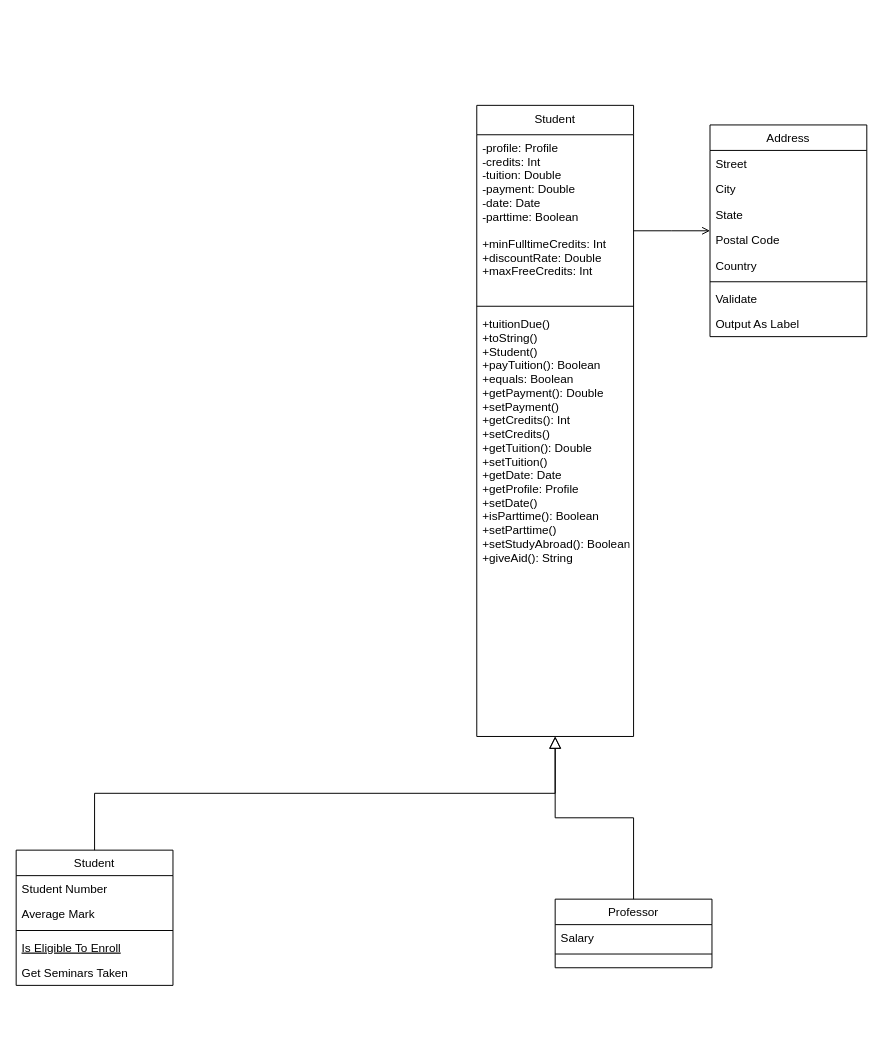
Earlier version of the draw.io diagram Untitled Diagram.drawio (rudaniel/changProjects). Source tidied: cells renumbered, new cells numbered last; positions are measured from the earlier drawing's top-left corner, leaving out a move shared by most shapes. Both pictures are drawn from the tidied source at 98%, with x=0, y=0 at pixel (16, 105).
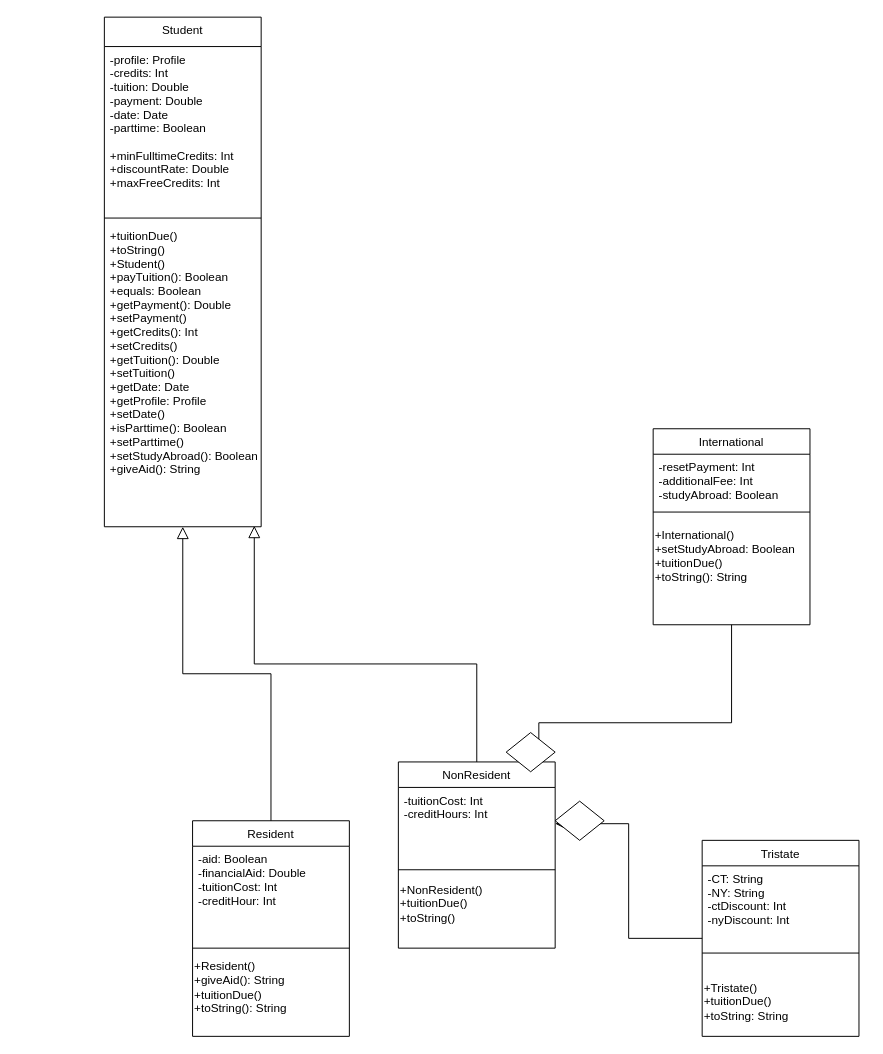
The same diagram, later.

Unchanged cells that the change refers to:
```xml
<mxCell id="5" value="+tuitionDue()&#10;+toString()&#10;+Student()&#10;+payTuition(): Boolean&#10;+equals: Boolean&#10;+getPayment(): Double&#10;+setPayment()&#10;+getCredits(): Int&#10;+setCredits()&#10;+getTuition(): Double&#10;+setTuition()&#10;+getDate: Date&#10;+getProfile: Profile&#10;+setDate()&#10;+isParttime(): Boolean&#10;+setParttime()&#10;+setStudyAbroad(): Boolean&#10;+giveAid(): String&#10;" style="text;align=left;verticalAlign=top;spacingLeft=4;spacingRight=4;overflow=hidden;points=[[0,0.5],[1,0.5]];portConstraint=eastwest;" parent="2" vertex="1">
  <mxGeometry y="210" width="160" height="310" as="geometry" />
</mxCell>
```

What changed in the source:
```diff
@@
     <mxCell id="2" value="Student" style="swimlane;fontStyle=0;align=center;verticalAlign=top;horizontal=1;startSize=30;rounded=0;shadow=0;strokeWidth=1;" parent="1" vertex="1">
-      <mxGeometry x="470" width="160" height="644" as="geometry" />
+      <mxGeometry x="90" y="-90" width="160" height="520" as="geometry" />
     </mxCell>
@@
-    <mxCell id="6" value="Student" style="swimlane;fontStyle=0;align=center;verticalAlign=top;horizontal=1;startSize=26;rounded=0;shadow=0;strokeWidth=1;" parent="1" vertex="1">
-      <mxGeometry y="760" width="160" height="138" as="geometry" />
+    <mxCell id="6" value="International" style="swimlane;fontStyle=0;align=center;verticalAlign=top;horizontal=1;startSize=26;rounded=0;shadow=0;strokeWidth=1;" parent="1" vertex="1">
+      <mxGeometry x="650" y="330" width="160" height="200" as="geometry" />
     </mxCell>
-    <mxCell id="7" value="Student Number" style="text;align=left;verticalAlign=top;spacingLeft=4;spacingRight=4;overflow=hidden;" parent="6" vertex="1">
-      <mxGeometry y="26" width="160" height="26" as="geometry" />
+    <mxCell id="7" value="-resetPayment: Int&#10;-additionalFee: Int&#10;-studyAbroad: Boolean" style="text;align=left;verticalAlign=top;spacingLeft=4;spacingRight=4;overflow=hidden;" parent="6" vertex="1">
+      <mxGeometry y="26" width="160" height="44" as="geometry" />
     </mxCell>
-    <mxCell id="8" value="Average Mark" style="text;align=left;verticalAlign=top;spacingLeft=4;spacingRight=4;overflow=hidden;rounded=0;shadow=0;html=0;" parent="6" vertex="1">
-      <mxGeometry y="52" width="160" height="26" as="geometry" />
-    </mxCell>
     <mxCell id="9" style="line;html=1;strokeWidth=1;align=left;verticalAlign=middle;spacingTop=-1;spacingLeft=3;spacingRight=3;labelPosition=right;" parent="6" vertex="1">
-      <mxGeometry y="78" width="160" height="8" as="geometry" />
+      <mxGeometry y="70" width="160" height="30" as="geometry" />
     </mxCell>
-    <mxCell id="10" value="Is Eligible To Enroll" style="text;align=left;verticalAlign=top;spacingLeft=4;spacingRight=4;overflow=hidden;fontStyle=4;" parent="6" vertex="1">
-      <mxGeometry y="86" width="160" height="26" as="geometry" />
-    </mxCell>
-    <mxCell id="11" value="Get Seminars Taken" style="text;align=left;verticalAlign=top;spacingLeft=4;spacingRight=4;overflow=hidden;" parent="6" vertex="1">
-      <mxGeometry y="112" width="160" height="26" as="geometry" />
-    </mxCell>
-    <mxCell id="12" style="endArrow=block;endSize=10;endFill=0;shadow=0;strokeWidth=1;rounded=0;edgeStyle=elbowEdgeStyle;elbow=vertical;" parent="1" edge="1" source="6" target="2">
-      <mxGeometry relative="1" as="geometry" />
-    </mxCell>
+    <mxCell id="27" value="+International()&lt;br&gt;+setStudyAbroad: Boolean&lt;br&gt;+tuitionDue()&lt;br&gt;+toString(): String" style="text;html=1;align=left;verticalAlign=middle;strokeColor=none;fillColor=none;" parent="6" vertex="1">
+      <mxGeometry y="100" width="160" height="60" as="geometry" />
+    </mxCell>
-    <mxCell id="13" value="Professor" style="swimlane;fontStyle=0;align=center;verticalAlign=top;horizontal=1;startSize=26;rounded=0;shadow=0;strokeWidth=1;" parent="1" vertex="1">
-      <mxGeometry x="550" y="810" width="160" height="70" as="geometry" />
+    <mxCell id="13" value="Resident" style="swimlane;fontStyle=0;align=center;verticalAlign=top;horizontal=1;startSize=26;rounded=0;shadow=0;strokeWidth=1;" parent="1" vertex="1">
+      <mxGeometry x="180" y="730" width="160" height="220" as="geometry" />
     </mxCell>
-    <mxCell id="14" value="Salary" style="text;align=left;verticalAlign=top;spacingLeft=4;spacingRight=4;overflow=hidden;" parent="13" vertex="1">
-      <mxGeometry y="26" width="160" height="26" as="geometry" />
+    <mxCell id="14" value="-aid: Boolean&#10;-financialAid: Double&#10;-tuitionCost: Int&#10;-creditHour: Int" style="text;align=left;verticalAlign=top;spacingLeft=4;spacingRight=4;overflow=hidden;" parent="13" vertex="1">
+      <mxGeometry y="26" width="160" height="94" as="geometry" />
     </mxCell>
     <mxCell id="15" style="line;html=1;strokeWidth=1;align=left;verticalAlign=middle;spacingTop=-1;spacingLeft=3;spacingRight=3;labelPosition=right;" parent="13" vertex="1">
-      <mxGeometry y="52" width="160" height="8" as="geometry" />
+      <mxGeometry y="120" width="160" height="20" as="geometry" />
     </mxCell>
+    <mxCell id="28" value="+Resident()&lt;br&gt;+giveAid(): String&lt;br&gt;+tuitionDue()&lt;br&gt;+toString(): String" style="text;html=1;align=left;verticalAlign=middle;strokeColor=none;fillColor=none;" parent="13" vertex="1">
+      <mxGeometry y="140" width="160" height="60" as="geometry" />
+    </mxCell>
@@
-    <mxCell id="17" value="Address" style="swimlane;fontStyle=0;align=center;verticalAlign=top;horizontal=1;startSize=26;rounded=0;shadow=0;strokeWidth=1;" parent="1" vertex="1">
-      <mxGeometry x="708" y="20" width="160" height="216" as="geometry" />
+    <mxCell id="17" value="NonResident" style="swimlane;fontStyle=0;align=center;verticalAlign=top;horizontal=1;startSize=26;rounded=0;shadow=0;strokeWidth=1;" parent="1" vertex="1">
+      <mxGeometry x="390" y="670" width="160" height="190" as="geometry" />
     </mxCell>
-    <mxCell id="18" value="Street" style="text;align=left;verticalAlign=top;spacingLeft=4;spacingRight=4;overflow=hidden;points=[[0,0.5],[1,0.5]];portConstraint=eastwest;" parent="17" vertex="1">
-      <mxGeometry y="26" width="160" height="26" as="geometry" />
+    <mxCell id="18" value="-tuitionCost: Int&#10;-creditHours: Int" style="text;align=left;verticalAlign=top;spacingLeft=4;spacingRight=4;overflow=hidden;points=[[0,0.5],[1,0.5]];portConstraint=eastwest;" parent="17" vertex="1">
+      <mxGeometry y="26" width="160" height="74" as="geometry" />
     </mxCell>
-    <mxCell id="19" value="City" style="text;align=left;verticalAlign=top;spacingLeft=4;spacingRight=4;overflow=hidden;rounded=0;shadow=0;html=0;" parent="17" vertex="1">
-      <mxGeometry y="52" width="160" height="26" as="geometry" />
-    </mxCell>
-    <mxCell id="20" value="State" style="text;align=left;verticalAlign=top;spacingLeft=4;spacingRight=4;overflow=hidden;rounded=0;shadow=0;html=0;" parent="17" vertex="1">
-      <mxGeometry y="78" width="160" height="26" as="geometry" />
-    </mxCell>
-    <mxCell id="21" value="Postal Code" style="text;align=left;verticalAlign=top;spacingLeft=4;spacingRight=4;overflow=hidden;rounded=0;shadow=0;html=0;" parent="17" vertex="1">
-      <mxGeometry y="104" width="160" height="26" as="geometry" />
-    </mxCell>
-    <mxCell id="22" value="Country" style="text;align=left;verticalAlign=top;spacingLeft=4;spacingRight=4;overflow=hidden;rounded=0;shadow=0;html=0;" parent="17" vertex="1">
-      <mxGeometry y="130" width="160" height="26" as="geometry" />
-    </mxCell>
     <mxCell id="23" style="line;html=1;strokeWidth=1;align=left;verticalAlign=middle;spacingTop=-1;spacingLeft=3;spacingRight=3;labelPosition=right;" parent="17" vertex="1">
-      <mxGeometry y="156" width="160" height="8" as="geometry" />
+      <mxGeometry y="100" width="160" height="20" as="geometry" />
     </mxCell>
-    <mxCell id="24" value="Validate" style="text;align=left;verticalAlign=top;spacingLeft=4;spacingRight=4;overflow=hidden;" parent="17" vertex="1">
-      <mxGeometry y="164" width="160" height="26" as="geometry" />
-    </mxCell>
-    <mxCell id="25" value="Output As Label" style="text;align=left;verticalAlign=top;spacingLeft=4;spacingRight=4;overflow=hidden;" parent="17" vertex="1">
-      <mxGeometry y="190" width="160" height="26" as="geometry" />
-    </mxCell>
-    <mxCell id="26" style="endArrow=open;shadow=0;strokeWidth=1;rounded=0;endFill=1;edgeStyle=elbowEdgeStyle;elbow=vertical;" parent="1" edge="1" source="2" target="17">
-      <mxGeometry x="0.5" y="41" relative="1" as="geometry">
-        <mxPoint x="-40" y="32" as="offset" />
-      </mxGeometry>
-    </mxCell>
+    <mxCell id="29" value="+NonResident()&lt;br&gt;+tuitionDue()&lt;br&gt;+toString()" style="text;html=1;align=left;verticalAlign=middle;strokeColor=none;fillColor=none;" parent="17" vertex="1">
+      <mxGeometry y="120" width="160" height="50" as="geometry" />
+    </mxCell>
+    <mxCell id="30" style="endArrow=block;endSize=10;endFill=0;shadow=0;strokeWidth=1;rounded=0;edgeStyle=elbowEdgeStyle;elbow=vertical;entryX=0.956;entryY=0.997;entryDx=0;entryDy=0;entryPerimeter=0;exitX=0.5;exitY=0;exitDx=0;exitDy=0;" parent="1" edge="1" source="17" target="5">
+      <mxGeometry relative="1" as="geometry">
+        <Array as="points">
+          <mxPoint x="370" y="570" />
+          <mxPoint x="690" y="190" />
+          <mxPoint x="780" y="140" />
+        </Array>
+      </mxGeometry>
+    </mxCell>
+    <mxCell id="31" style="rhombus;whiteSpace=wrap;html=1;align=left;" parent="1" vertex="1">
+      <mxGeometry x="500" y="640" width="50" height="40" as="geometry" />
+    </mxCell>
+    <mxCell id="32" style="endArrow=none;endSize=10;endFill=0;shadow=0;strokeWidth=1;rounded=0;edgeStyle=elbowEdgeStyle;elbow=vertical;entryX=0.75;entryY=0;entryDx=0;entryDy=0;exitX=0.5;exitY=1;exitDx=0;exitDy=0;" parent="1" edge="1" source="6" target="31">
+      <mxGeometry relative="1" as="geometry">
+        <Array as="points">
+          <mxPoint x="620" y="630" />
+        </Array>
+      </mxGeometry>
+    </mxCell>
+    <mxCell id="33" style="edgeStyle=orthogonalEdgeStyle;rounded=0;jettySize=auto;html=1;entryX=1;entryY=0.5;entryDx=0;entryDy=0;" parent="1" edge="1" source="34" target="18">
+      <mxGeometry relative="1" as="geometry" />
+    </mxCell>
+    <mxCell id="34" value="Tristate" style="swimlane;fontStyle=0;align=center;verticalAlign=top;horizontal=1;startSize=26;rounded=0;shadow=0;strokeWidth=1;" parent="1" vertex="1">
+      <mxGeometry x="700" y="750" width="160" height="200" as="geometry" />
+    </mxCell>
+    <mxCell id="35" value="-CT: String&#10;-NY: String&#10;-ctDiscount: Int&#10;-nyDiscount: Int" style="text;align=left;verticalAlign=top;spacingLeft=4;spacingRight=4;overflow=hidden;" parent="34" vertex="1">
+      <mxGeometry y="26" width="160" height="64" as="geometry" />
+    </mxCell>
+    <mxCell id="36" style="line;html=1;strokeWidth=1;align=left;verticalAlign=middle;spacingTop=-1;spacingLeft=3;spacingRight=3;labelPosition=right;" parent="34" vertex="1">
+      <mxGeometry y="90" width="160" height="50" as="geometry" />
+    </mxCell>
+    <mxCell id="37" value="+Tristate()&lt;br&gt;+tuitionDue()&lt;br&gt;+toString: String" style="text;html=1;align=left;verticalAlign=middle;strokeColor=none;fillColor=none;" parent="34" vertex="1">
+      <mxGeometry y="140" width="160" height="50" as="geometry" />
+    </mxCell>
+    <mxCell id="38" style="rhombus;whiteSpace=wrap;html=1;align=left;" parent="1" vertex="1">
+      <mxGeometry x="550" y="710" width="50" height="40" as="geometry" />
+    </mxCell>
```
